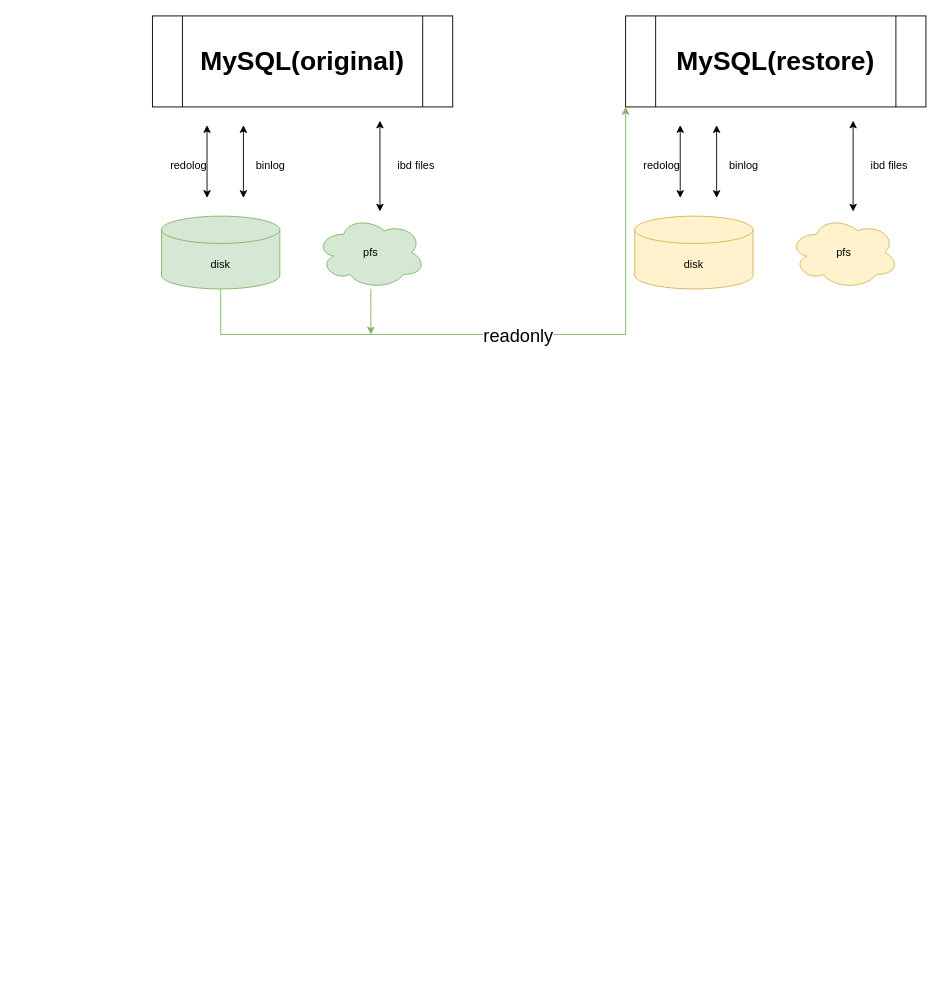
Before: myfile/Untitled Diagram.drawio in JiYou/ReadCode, a draw.io diagram. Source tidied: cells renumbered, new cells numbered last; positions are measured from the earlier drawing's top-left corner, leaving out a move shared by most shapes. Both pictures are drawn from the tidied source at 91%, with x=0, y=0 at pixel (152, 15).
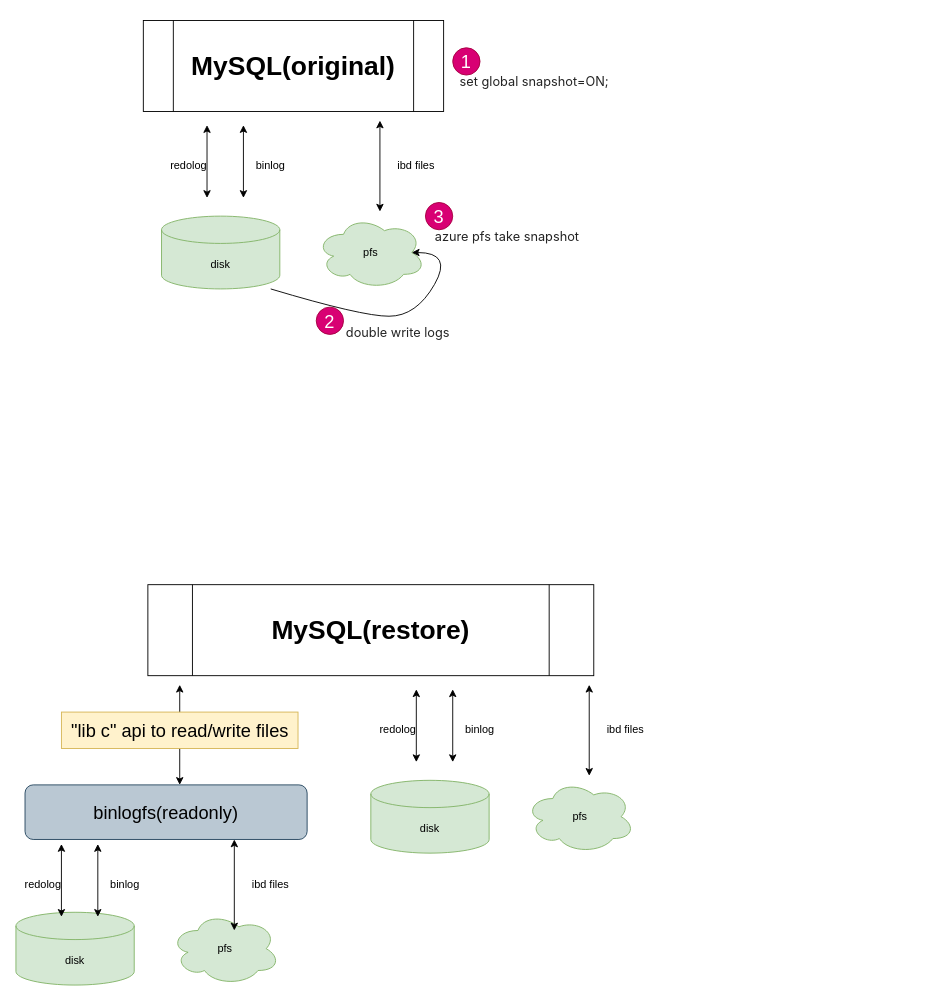
Above is the later version.

Unchanged cells that the change refers to:
```xml
<mxCell id="4" value="disk" style="shape=cylinder3;whiteSpace=wrap;html=1;boundedLbl=1;backgroundOutline=1;size=15;fillColor=#d5e8d4;strokeColor=#82b366;" parent="1" vertex="1">
  <mxGeometry x="10" y="220" width="130" height="80" as="geometry" />
</mxCell>
<mxCell id="11" value="pfs" style="ellipse;shape=cloud;whiteSpace=wrap;html=1;fillColor=#d5e8d4;strokeColor=#82b366;" parent="1" vertex="1">
  <mxGeometry x="180" y="220" width="120" height="80" as="geometry" />
</mxCell>
```

Change to the diagram source:
```diff
@@
-    <mxCell id="2" style="edgeStyle=orthogonalEdgeStyle;rounded=0;jettySize=auto;html=1;entryX=0;entryY=1;entryDx=0;entryDy=0;fontSize=29;fillColor=#d5e8d4;strokeColor=#82b366;" parent="1" edge="1" source="4" target="15">
-      <mxGeometry relative="1" as="geometry">
-        <Array as="points">
-          <mxPoint x="75" y="350" />
-          <mxPoint x="520" y="350" />
-        </Array>
-      </mxGeometry>
-    </mxCell>
-    <mxCell id="3" value="&lt;font style=&quot;font-size: 20px;&quot;&gt;readonly&lt;/font&gt;" style="edgeLabel;html=1;align=center;verticalAlign=middle;fontSize=29;" parent="2" vertex="1">
-      <mxGeometry x="0.01" y="2" relative="1" as="geometry" />
-    </mxCell>
@@
     <mxCell id="5" value="&lt;b style=&quot;line-height: 1.6;&quot;&gt;&lt;font style=&quot;font-size: 29px;&quot;&gt;MySQL(original)&lt;/font&gt;&lt;/b&gt;" style="shape=process;whiteSpace=wrap;html=1;backgroundOutline=1;" parent="1" vertex="1">
-      <mxGeometry width="330" height="100" as="geometry" />
+      <mxGeometry x="-10" y="5" width="330" height="100" as="geometry" />
     </mxCell>
@@
-    <mxCell id="10" style="edgeStyle=orthogonalEdgeStyle;rounded=0;jettySize=auto;html=1;fontSize=29;fillColor=#d5e8d4;strokeColor=#82b366;" parent="1" edge="1" source="11">
-      <mxGeometry relative="1" as="geometry">
-        <mxPoint x="240" y="350" as="targetPoint" />
-      </mxGeometry>
-    </mxCell>
@@
-    <mxCell id="14" value="disk" style="shape=cylinder3;whiteSpace=wrap;html=1;boundedLbl=1;backgroundOutline=1;size=15;fillColor=#fff2cc;strokeColor=#d6b656;" parent="1" vertex="1">
-      <mxGeometry x="530" y="220" width="130" height="80" as="geometry" />
-    </mxCell>
+    <mxCell id="23" value="&lt;span style=&quot;color: rgb(36, 36, 36); font-family: -apple-system, BlinkMacSystemFont, &amp;quot;Segoe UI&amp;quot;, system-ui, &amp;quot;Apple Color Emoji&amp;quot;, &amp;quot;Segoe UI Emoji&amp;quot;, &amp;quot;Segoe UI Web&amp;quot;, sans-serif; font-size: 14px; text-align: start; background-color: rgb(255, 255, 255);&quot;&gt;set global snapshot=ON;&lt;/span&gt;" style="text;html=1;strokeColor=none;fillColor=none;align=center;verticalAlign=middle;whiteSpace=wrap;rounded=0;fontSize=20;" parent="1" vertex="1">
+      <mxGeometry x="330" y="55" width="180" height="30" as="geometry" />
+    </mxCell>
+    <mxCell id="24" value="1" style="ellipse;whiteSpace=wrap;html=1;fontSize=20;fillColor=#d80073;fontColor=#ffffff;strokeColor=#A50040;" parent="1" vertex="1">
+      <mxGeometry x="330" y="35" width="30" height="30" as="geometry" />
+    </mxCell>
+    <mxCell id="25" value="&lt;span style=&quot;color: rgb(36, 36, 36); font-family: -apple-system, BlinkMacSystemFont, &amp;quot;Segoe UI&amp;quot;, system-ui, &amp;quot;Apple Color Emoji&amp;quot;, &amp;quot;Segoe UI Emoji&amp;quot;, &amp;quot;Segoe UI Web&amp;quot;, sans-serif; font-size: 14px; text-align: start; background-color: rgb(255, 255, 255);&quot;&gt;double write logs&lt;/span&gt;" style="text;html=1;strokeColor=none;fillColor=none;align=center;verticalAlign=middle;whiteSpace=wrap;rounded=0;fontSize=20;" parent="1" vertex="1">
+      <mxGeometry x="180" y="330" width="180" height="30" as="geometry" />
+    </mxCell>
+    <mxCell id="26" value="2" style="ellipse;whiteSpace=wrap;html=1;fontSize=20;fillColor=#d80073;fontColor=#ffffff;strokeColor=#A50040;" parent="1" vertex="1">
+      <mxGeometry x="180" y="320" width="30" height="30" as="geometry" />
+    </mxCell>
+    <mxCell id="27" value="&lt;div style=&quot;text-align: start;&quot;&gt;&lt;font face=&quot;-apple-system, BlinkMacSystemFont, Segoe UI, system-ui, Apple Color Emoji, Segoe UI Emoji, Segoe UI Web, sans-serif&quot; color=&quot;#242424&quot;&gt;&lt;span style=&quot;font-size: 14px; background-color: rgb(255, 255, 255);&quot;&gt;azure pfs take snapshot&lt;/span&gt;&lt;/font&gt;&lt;/div&gt;" style="text;html=1;strokeColor=none;fillColor=none;align=center;verticalAlign=middle;whiteSpace=wrap;rounded=0;fontSize=20;" parent="1" vertex="1">
+      <mxGeometry x="300" y="225" width="180" height="30" as="geometry" />
+    </mxCell>
+    <mxCell id="28" value="3" style="ellipse;whiteSpace=wrap;html=1;fontSize=20;fillColor=#d80073;fontColor=#ffffff;strokeColor=#A50040;" parent="1" vertex="1">
+      <mxGeometry x="300" y="205" width="30" height="30" as="geometry" />
+    </mxCell>
+    <mxCell id="29" style="curved=1;endArrow=classic;html=1;rounded=0;fontSize=20;entryX=0.875;entryY=0.5;entryDx=0;entryDy=0;entryPerimeter=0;" parent="1" edge="1" target="11">
+      <mxGeometry relative="1" as="geometry">
+        <mxPoint x="130" y="300" as="sourcePoint" />
+        <Array as="points">
+          <mxPoint x="230" y="330" />
+          <mxPoint x="290" y="330" />
+          <mxPoint x="330" y="260" />
+        </Array>
+      </mxGeometry>
+    </mxCell>
+    <mxCell id="30" value="disk" style="shape=cylinder3;whiteSpace=wrap;html=1;boundedLbl=1;backgroundOutline=1;size=15;fillColor=#d5e8d4;strokeColor=#82b366;" parent="1" vertex="1">
+      <mxGeometry x="-150" y="985" width="130" height="80" as="geometry" />
+    </mxCell>
     <mxCell id="15" value="&lt;b style=&quot;line-height: 1.6;&quot;&gt;&lt;font style=&quot;font-size: 29px;&quot;&gt;MySQL(restore)&lt;/font&gt;&lt;/b&gt;" style="shape=process;whiteSpace=wrap;html=1;backgroundOutline=1;" parent="1" vertex="1">
-      <mxGeometry x="520" width="330" height="100" as="geometry" />
+      <mxGeometry x="-5" y="625" width="490" height="100" as="geometry" />
     </mxCell>
-    <mxCell id="16" style="endArrow=classic;startArrow=classic;html=1;rounded=0;" parent="1" edge="1">
-      <mxGeometry relative="1" as="geometry">
-        <mxPoint x="580" y="200" as="sourcePoint" />
-        <mxPoint x="580" y="120" as="targetPoint" />
-      </mxGeometry>
-    </mxCell>
-    <mxCell id="17" value="redolog" style="text;html=1;strokeColor=none;fillColor=none;align=center;verticalAlign=middle;whiteSpace=wrap;rounded=0;" parent="1" vertex="1">
-      <mxGeometry x="530" y="150" width="60" height="30" as="geometry" />
-    </mxCell>
-    <mxCell id="18" style="endArrow=classic;startArrow=classic;html=1;rounded=0;" parent="1" edge="1">
-      <mxGeometry relative="1" as="geometry">
-        <mxPoint x="620" y="200" as="sourcePoint" />
-        <mxPoint x="620" y="120" as="targetPoint" />
-      </mxGeometry>
-    </mxCell>
-    <mxCell id="19" value="binlog" style="text;html=1;strokeColor=none;fillColor=none;align=center;verticalAlign=middle;whiteSpace=wrap;rounded=0;" parent="1" vertex="1">
-      <mxGeometry x="620" y="150" width="60" height="30" as="geometry" />
-    </mxCell>
-    <mxCell id="20" value="pfs" style="ellipse;shape=cloud;whiteSpace=wrap;html=1;fillColor=#fff2cc;strokeColor=#d6b656;" parent="1" vertex="1">
-      <mxGeometry x="700" y="220" width="120" height="80" as="geometry" />
-    </mxCell>
-    <mxCell id="21" style="endArrow=classic;startArrow=classic;html=1;rounded=0;" parent="1" edge="1">
-      <mxGeometry relative="1" as="geometry">
-        <mxPoint x="770" y="215" as="sourcePoint" />
-        <mxPoint x="770" y="115" as="targetPoint" />
-      </mxGeometry>
-    </mxCell>
-    <mxCell id="22" value="ibd files" style="text;html=1;strokeColor=none;fillColor=none;align=center;verticalAlign=middle;whiteSpace=wrap;rounded=0;" parent="1" vertex="1">
-      <mxGeometry x="780" y="150" width="60" height="30" as="geometry" />
-    </mxCell>
+    <mxCell id="31" style="endArrow=classic;startArrow=classic;html=1;rounded=0;" parent="1" edge="1">
+      <mxGeometry relative="1" as="geometry">
+        <mxPoint x="-100" y="990" as="sourcePoint" />
+        <mxPoint x="-100" y="910" as="targetPoint" />
+      </mxGeometry>
+    </mxCell>
+    <mxCell id="32" value="redolog" style="text;html=1;strokeColor=none;fillColor=none;align=center;verticalAlign=middle;whiteSpace=wrap;rounded=0;" parent="1" vertex="1">
+      <mxGeometry x="-150" y="940" width="60" height="30" as="geometry" />
+    </mxCell>
+    <mxCell id="33" style="endArrow=classic;startArrow=classic;html=1;rounded=0;" parent="1" edge="1">
+      <mxGeometry relative="1" as="geometry">
+        <mxPoint x="-60" y="990" as="sourcePoint" />
+        <mxPoint x="-60" y="910" as="targetPoint" />
+      </mxGeometry>
+    </mxCell>
+    <mxCell id="34" value="binlog" style="text;html=1;strokeColor=none;fillColor=none;align=center;verticalAlign=middle;whiteSpace=wrap;rounded=0;" parent="1" vertex="1">
+      <mxGeometry x="-60" y="940" width="60" height="30" as="geometry" />
+    </mxCell>
+    <mxCell id="35" value="pfs" style="ellipse;shape=cloud;whiteSpace=wrap;html=1;fillColor=#d5e8d4;strokeColor=#82b366;" parent="1" vertex="1">
+      <mxGeometry x="20" y="985" width="120" height="80" as="geometry" />
+    </mxCell>
+    <mxCell id="36" style="endArrow=classic;startArrow=classic;html=1;rounded=0;" parent="1" edge="1">
+      <mxGeometry relative="1" as="geometry">
+        <mxPoint x="90" y="1005" as="sourcePoint" />
+        <mxPoint x="90" y="905" as="targetPoint" />
+      </mxGeometry>
+    </mxCell>
+    <mxCell id="37" value="ibd files" style="text;html=1;strokeColor=none;fillColor=none;align=center;verticalAlign=middle;whiteSpace=wrap;rounded=0;" parent="1" vertex="1">
+      <mxGeometry x="100" y="940" width="60" height="30" as="geometry" />
+    </mxCell>
+    <mxCell id="38" value="binlogfs(readonly)" style="rounded=1;whiteSpace=wrap;html=1;fontSize=20;fillColor=#bac8d3;strokeColor=#23445d;" parent="1" vertex="1">
+      <mxGeometry x="-140" y="845" width="310" height="60" as="geometry" />
+    </mxCell>
+    <mxCell id="39" style="endArrow=classic;startArrow=classic;html=1;rounded=0;fontSize=20;" parent="1" edge="1">
+      <mxGeometry relative="1" as="geometry">
+        <mxPoint x="30" y="845" as="sourcePoint" />
+        <mxPoint x="30" y="735" as="targetPoint" />
+        <Array as="points">
+          <mxPoint x="30" y="785" />
+        </Array>
+      </mxGeometry>
+    </mxCell>
+    <mxCell id="40" value="&quot;lib c&quot; api to read/write files" style="text;html=1;align=center;verticalAlign=middle;strokeColor=#d6b656;fillColor=#fff2cc;fontSize=20;" parent="1" vertex="1">
+      <mxGeometry x="-100" y="765" width="260" height="40" as="geometry" />
+    </mxCell>
+    <mxCell id="41" value="disk" style="shape=cylinder3;whiteSpace=wrap;html=1;boundedLbl=1;backgroundOutline=1;size=15;fillColor=#d5e8d4;strokeColor=#82b366;" parent="1" vertex="1">
+      <mxGeometry x="240" y="840" width="130" height="80" as="geometry" />
+    </mxCell>
+    <mxCell id="42" style="endArrow=classic;startArrow=classic;html=1;rounded=0;" parent="1" edge="1">
+      <mxGeometry relative="1" as="geometry">
+        <mxPoint x="290" y="820" as="sourcePoint" />
+        <mxPoint x="290" y="740" as="targetPoint" />
+      </mxGeometry>
+    </mxCell>
+    <mxCell id="43" value="redolog" style="text;html=1;strokeColor=none;fillColor=none;align=center;verticalAlign=middle;whiteSpace=wrap;rounded=0;" parent="1" vertex="1">
+      <mxGeometry x="240" y="770" width="60" height="30" as="geometry" />
+    </mxCell>
+    <mxCell id="44" style="endArrow=classic;startArrow=classic;html=1;rounded=0;" parent="1" edge="1">
+      <mxGeometry relative="1" as="geometry">
+        <mxPoint x="330" y="820" as="sourcePoint" />
+        <mxPoint x="330" y="740" as="targetPoint" />
+      </mxGeometry>
+    </mxCell>
+    <mxCell id="45" value="binlog" style="text;html=1;strokeColor=none;fillColor=none;align=center;verticalAlign=middle;whiteSpace=wrap;rounded=0;" parent="1" vertex="1">
+      <mxGeometry x="330" y="770" width="60" height="30" as="geometry" />
+    </mxCell>
+    <mxCell id="46" value="pfs" style="ellipse;shape=cloud;whiteSpace=wrap;html=1;fillColor=#d5e8d4;strokeColor=#82b366;" parent="1" vertex="1">
+      <mxGeometry x="410" y="840" width="120" height="80" as="geometry" />
+    </mxCell>
+    <mxCell id="47" style="endArrow=classic;startArrow=classic;html=1;rounded=0;" parent="1" edge="1">
+      <mxGeometry relative="1" as="geometry">
+        <mxPoint x="480" y="835" as="sourcePoint" />
+        <mxPoint x="480" y="735" as="targetPoint" />
+      </mxGeometry>
+    </mxCell>
+    <mxCell id="48" value="ibd files" style="text;html=1;strokeColor=none;fillColor=none;align=center;verticalAlign=middle;whiteSpace=wrap;rounded=0;" parent="1" vertex="1">
+      <mxGeometry x="490" y="770" width="60" height="30" as="geometry" />
+    </mxCell>
```
